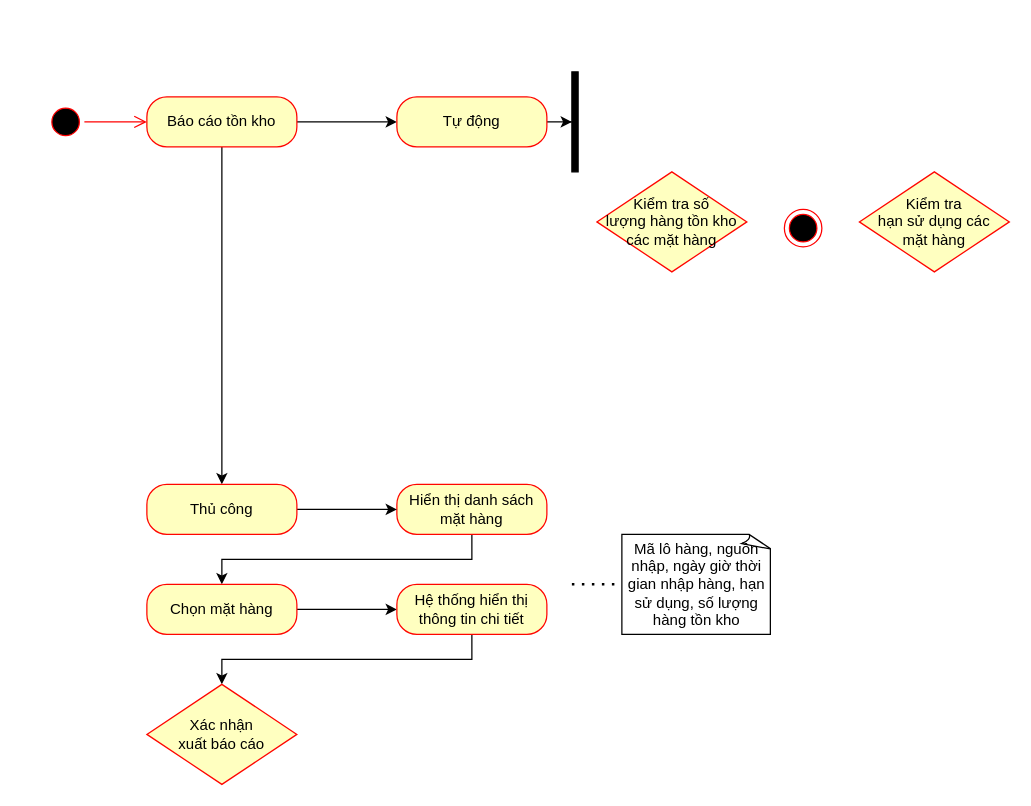
HaojackYT/DAA_SA keeps this draw.io diagram as Sơ đồ hoạt động UC báo cáo tồn kho.drawio. Above is the earlier version. Source tidied: cells renumbered, new cells numbered last; positions are measured from the earlier drawing's top-left corner, leaving out a move shared by most shapes. Both pictures are drawn from the tidied source at 125%, with x=0, y=0 at pixel (46, 71).
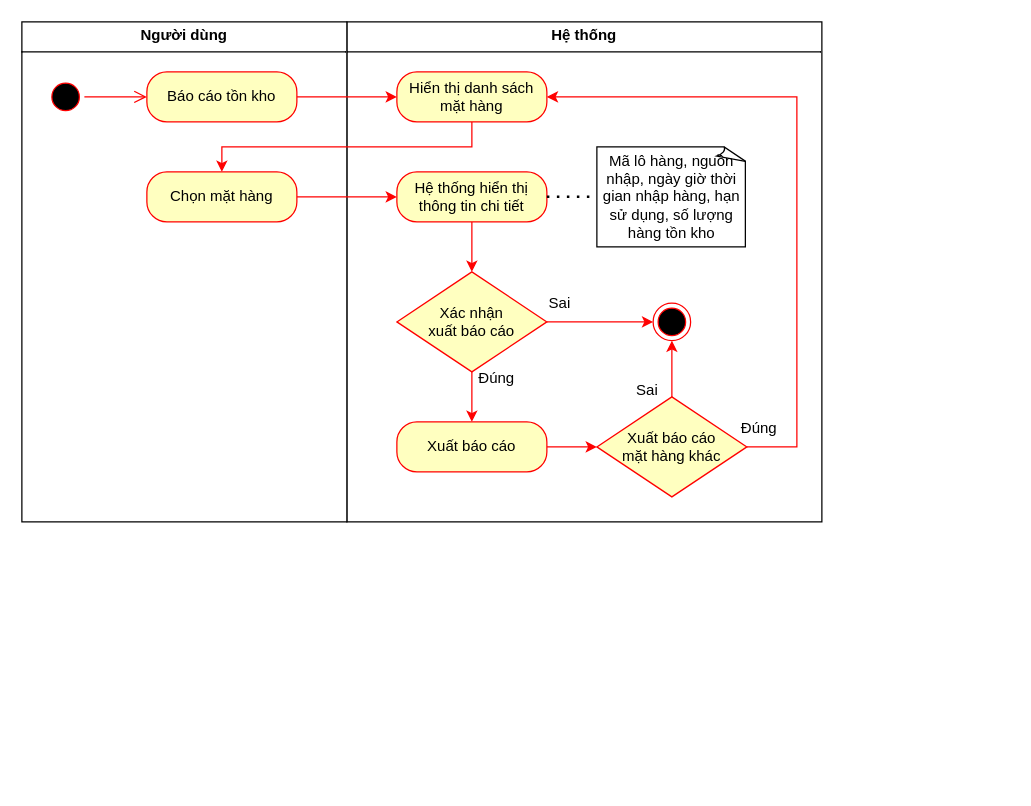
Above is the later version.

Change to the diagram source:
```diff
@@
+    <mxCell id="24" value="&lt;p style=&quot;margin:0px;margin-top:4px;text-align:center;&quot;&gt;&lt;b&gt;Hệ thống&lt;/b&gt;&lt;/p&gt;&lt;hr size=&quot;1&quot; style=&quot;border-style:solid;&quot;&gt;&lt;div style=&quot;height:2px;&quot;&gt;&lt;/div&gt;" style="verticalAlign=top;align=left;overflow=fill;html=1;whiteSpace=wrap;" parent="1" vertex="1">
+      <mxGeometry x="240" y="-40" width="380" height="400" as="geometry" />
+    </mxCell>
+    <mxCell id="25" value="&lt;p style=&quot;margin:0px;margin-top:4px;text-align:center;&quot;&gt;&lt;b&gt;Người dùng&lt;/b&gt;&lt;/p&gt;&lt;hr size=&quot;1&quot; style=&quot;border-style:solid;&quot;&gt;&lt;div style=&quot;height:2px;&quot;&gt;&lt;/div&gt;" style="verticalAlign=top;align=left;overflow=fill;html=1;whiteSpace=wrap;" parent="1" vertex="1">
+      <mxGeometry x="-20" y="-40" width="260" height="400" as="geometry" />
+    </mxCell>
-    <mxCell id="2" style="ellipse;html=1;shape=startState;fillColor=#000000;strokeColor=#ff0000;" parent="1" vertex="1">
-      <mxGeometry y="25" width="30" height="30" as="geometry" />
+    <mxCell id="2" style="ellipse;html=1;shape=startState;fillColor=#000000;strokeColor=#FF0000;" parent="1" vertex="1">
+      <mxGeometry y="5" width="30" height="30" as="geometry" />
     </mxCell>
-    <mxCell id="3" style="edgeStyle=orthogonalEdgeStyle;html=1;verticalAlign=bottom;endArrow=open;endSize=8;strokeColor=#ff0000;rounded=0;entryX=0;entryY=0.5;entryDx=0;entryDy=0;" parent="1" edge="1" source="2" target="6">
+    <mxCell id="3" style="edgeStyle=orthogonalEdgeStyle;html=1;verticalAlign=bottom;endArrow=open;endSize=8;strokeColor=#FF0000;rounded=0;entryX=0;entryY=0.5;entryDx=0;entryDy=0;" parent="1" edge="1" source="2" target="6">
       <mxGeometry relative="1" as="geometry" />
     </mxCell>
-    <mxCell id="4" style="edgeStyle=orthogonalEdgeStyle;rounded=0;jettySize=auto;html=1;" parent="1" edge="1" source="6" target="18">
-      <mxGeometry relative="1" as="geometry" />
-    </mxCell>
-    <mxCell id="5" style="edgeStyle=orthogonalEdgeStyle;rounded=0;jettySize=auto;html=1;" parent="1" edge="1" source="6" target="16">
-      <mxGeometry relative="1" as="geometry" />
-    </mxCell>
+    <mxCell id="26" style="edgeStyle=orthogonalEdgeStyle;rounded=0;jettySize=auto;html=1;strokeColor=#FF0000;" parent="1" edge="1" source="6" target="8">
+      <mxGeometry relative="1" as="geometry" />
+    </mxCell>
-    <mxCell id="6" value="Báo cáo tồn kho" style="rounded=1;whiteSpace=wrap;html=1;arcSize=40;fontColor=#000000;fillColor=#ffffc0;strokeColor=light-dark(#FF0500,#FFFFFF);" parent="1" vertex="1">
-      <mxGeometry x="80" y="20" width="120" height="40" as="geometry" />
+    <mxCell id="6" value="Báo cáo tồn kho" style="rounded=1;whiteSpace=wrap;html=1;arcSize=40;fontColor=#000000;fillColor=#ffffc0;strokeColor=#FF0000;" parent="1" vertex="1">
+      <mxGeometry x="80" width="120" height="40" as="geometry" />
     </mxCell>
-    <mxCell id="7" style="edgeStyle=orthogonalEdgeStyle;rounded=0;jettySize=auto;html=1;entryX=0.5;entryY=0;entryDx=0;entryDy=0;" parent="1" edge="1" source="8" target="10">
+    <mxCell id="7" style="edgeStyle=orthogonalEdgeStyle;rounded=0;jettySize=auto;html=1;entryX=0.5;entryY=0;entryDx=0;entryDy=0;strokeColor=#FF0000;" parent="1" edge="1" source="8" target="10">
       <mxGeometry relative="1" as="geometry">
         <Array as="points">
-          <mxPoint x="340" y="390" />
-          <mxPoint x="140" y="390" />
+          <mxPoint x="340" y="60" />
+          <mxPoint x="140" y="60" />
         </Array>
       </mxGeometry>
     </mxCell>
-    <mxCell id="8" value="Hiển thị danh sách mặt hàng" style="rounded=1;whiteSpace=wrap;html=1;arcSize=40;fontColor=#000000;fillColor=#ffffc0;strokeColor=light-dark(#FF0500,#FFFFFF);" parent="1" vertex="1">
-      <mxGeometry x="280" y="330" width="120" height="40" as="geometry" />
+    <mxCell id="8" value="Hiển thị danh sách mặt hàng" style="rounded=1;whiteSpace=wrap;html=1;arcSize=40;fontColor=#000000;fillColor=#ffffc0;strokeColor=#FF0000;" parent="1" vertex="1">
+      <mxGeometry x="280" width="120" height="40" as="geometry" />
     </mxCell>
-    <mxCell id="9" style="edgeStyle=orthogonalEdgeStyle;rounded=0;jettySize=auto;html=1;" parent="1" edge="1" source="10" target="12">
+    <mxCell id="9" style="edgeStyle=orthogonalEdgeStyle;rounded=0;jettySize=auto;html=1;strokeColor=#FF0000;" parent="1" edge="1" source="10" target="12">
       <mxGeometry relative="1" as="geometry" />
     </mxCell>
-    <mxCell id="10" value="Chọn mặt hàng" style="rounded=1;whiteSpace=wrap;html=1;arcSize=40;fontColor=#000000;fillColor=#ffffc0;strokeColor=light-dark(#FF0500,#FFFFFF);" parent="1" vertex="1">
-      <mxGeometry x="80" y="410" width="120" height="40" as="geometry" />
+    <mxCell id="10" value="Chọn mặt hàng" style="rounded=1;whiteSpace=wrap;html=1;arcSize=40;fontColor=#000000;fillColor=#ffffc0;strokeColor=#FF0000;" parent="1" vertex="1">
+      <mxGeometry x="80" y="80" width="120" height="40" as="geometry" />
     </mxCell>
-    <mxCell id="11" style="edgeStyle=orthogonalEdgeStyle;rounded=0;jettySize=auto;html=1;entryX=0.5;entryY=0;entryDx=0;entryDy=0;" parent="1" edge="1" source="12" target="19">
+    <mxCell id="11" style="edgeStyle=orthogonalEdgeStyle;rounded=0;jettySize=auto;html=1;entryX=0.5;entryY=0;entryDx=0;entryDy=0;strokeColor=#FF0000;" parent="1" edge="1" source="12" target="19">
       <mxGeometry relative="1" as="geometry">
         <Array as="points">
-          <mxPoint x="340" y="470" />
-          <mxPoint x="140" y="470" />
+          <mxPoint x="340" y="150" />
+          <mxPoint x="340" y="150" />
         </Array>
       </mxGeometry>
     </mxCell>
-    <mxCell id="12" value="Hệ thống hiển thị thông tin chi tiết" style="rounded=1;whiteSpace=wrap;html=1;arcSize=40;fontColor=#000000;fillColor=#ffffc0;strokeColor=light-dark(#FF0500,#FFFFFF);" parent="1" vertex="1">
-      <mxGeometry x="280" y="410" width="120" height="40" as="geometry" />
+    <mxCell id="12" value="Hệ thống hiển thị thông tin chi tiết" style="rounded=1;whiteSpace=wrap;html=1;arcSize=40;fontColor=#000000;fillColor=#ffffc0;strokeColor=#FF0000;" parent="1" vertex="1">
+      <mxGeometry x="280" y="80" width="120" height="40" as="geometry" />
     </mxCell>
     <mxCell id="13" value="Mã lô hàng, nguồn nhập, ngày giờ thời gian nhập hàng, hạn sử dụng, số lượng hàng tồn kho" style="whiteSpace=wrap;html=1;shape=mxgraph.basic.document;align=center;strokeColor=#000000;" parent="1" vertex="1">
-      <mxGeometry x="460" y="370" width="120" height="80" as="geometry" />
+      <mxGeometry x="440" y="60" width="120" height="80" as="geometry" />
     </mxCell>
-    <mxCell id="14" style="endArrow=none;dashed=1;html=1;dashPattern=1 3;strokeWidth=2;rounded=0;" parent="1" edge="1">
+    <mxCell id="14" style="endArrow=none;dashed=1;html=1;dashPattern=1 3;strokeWidth=2;rounded=0;strokeColor=#000000;" parent="1" edge="1">
       <mxGeometry relative="1" as="geometry">
-        <mxPoint x="420" y="409.8" as="sourcePoint" />
-        <mxPoint x="460" y="409.8" as="targetPoint" />
+        <mxPoint x="400" y="99.8" as="sourcePoint" />
+        <mxPoint x="440" y="99.8" as="targetPoint" />
         <Array as="points">
-          <mxPoint x="440" y="409.8" />
+          <mxPoint x="420" y="99.8" />
         </Array>
       </mxGeometry>
     </mxCell>
-    <mxCell id="15" style="edgeStyle=orthogonalEdgeStyle;rounded=0;jettySize=auto;html=1;" parent="1" edge="1" source="16" target="22">
-      <mxGeometry relative="1" as="geometry" />
-    </mxCell>
-    <mxCell id="16" value="Tự động" style="rounded=1;whiteSpace=wrap;html=1;arcSize=40;fontColor=#000000;fillColor=#ffffc0;strokeColor=light-dark(#FF0500,#FFFFFF);" parent="1" vertex="1">
-      <mxGeometry x="280" y="20" width="120" height="40" as="geometry" />
-    </mxCell>
-    <mxCell id="17" style="edgeStyle=orthogonalEdgeStyle;rounded=0;jettySize=auto;html=1;" parent="1" edge="1" source="18" target="8">
-      <mxGeometry relative="1" as="geometry" />
-    </mxCell>
-    <mxCell id="18" value="Thủ công" style="rounded=1;whiteSpace=wrap;html=1;arcSize=40;fontColor=#000000;fillColor=#ffffc0;strokeColor=light-dark(#FF0500,#FFFFFF);" parent="1" vertex="1">
-      <mxGeometry x="80" y="330" width="120" height="40" as="geometry" />
-    </mxCell>
+    <mxCell id="27" style="edgeStyle=orthogonalEdgeStyle;rounded=0;jettySize=auto;html=1;strokeColor=#FF0000;" parent="1" edge="1" source="19" target="30">
+      <mxGeometry relative="1" as="geometry" />
+    </mxCell>
+    <mxCell id="28" style="edgeStyle=orthogonalEdgeStyle;rounded=0;jettySize=auto;html=1;strokeColor=#FF0000;" parent="1" edge="1" source="19" target="34">
+      <mxGeometry relative="1" as="geometry" />
+    </mxCell>
-    <mxCell id="19" value="Xác nhận&lt;br&gt;xuất báo cáo" style="rhombus;whiteSpace=wrap;html=1;fontColor=#000000;fillColor=#ffffc0;strokeColor=light-dark(#FF0500,#FFFFFF);" parent="1" vertex="1">
-      <mxGeometry x="80" y="490" width="120" height="80" as="geometry" />
+    <mxCell id="19" value="Xác nhận&lt;br&gt;xuất báo cáo" style="rhombus;whiteSpace=wrap;html=1;fontColor=#000000;fillColor=#ffffc0;strokeColor=#FF0000;" parent="1" vertex="1">
+      <mxGeometry x="280" y="160" width="120" height="80" as="geometry" />
     </mxCell>
-    <mxCell id="20" value="Kiểm tra số&lt;div&gt;lượng hàng tồn kho&lt;br&gt;các mặt hàng&lt;/div&gt;" style="rhombus;whiteSpace=wrap;html=1;fontColor=#000000;fillColor=#ffffc0;strokeColor=light-dark(#FF0500,#FFFFFF);" parent="1" vertex="1">
-      <mxGeometry x="440" y="80" width="120" height="80" as="geometry" />
-    </mxCell>
-    <mxCell id="21" value="Kiểm tra&lt;div&gt;hạn sử dụng các&lt;br&gt;mặt hàng&lt;/div&gt;" style="rhombus;whiteSpace=wrap;html=1;fontColor=#000000;fillColor=#ffffc0;strokeColor=light-dark(#FF0500,#FFFFFF);" parent="1" vertex="1">
-      <mxGeometry x="650" y="80" width="120" height="80" as="geometry" />
-    </mxCell>
-    <mxCell id="22" style="html=1;points=[];perimeter=orthogonalPerimeter;fillColor=strokeColor;" parent="1" vertex="1">
-      <mxGeometry x="420" width="5" height="80" as="geometry" />
-    </mxCell>
-    <mxCell id="23" style="ellipse;html=1;shape=endState;fillColor=#000000;strokeColor=#ff0000;" parent="1" vertex="1">
-      <mxGeometry x="590" y="110" width="30" height="30" as="geometry" />
-    </mxCell>
+    <mxCell id="29" style="edgeStyle=orthogonalEdgeStyle;rounded=0;jettySize=auto;html=1;strokeColor=#FF0000;" parent="1" edge="1" source="30" target="33">
+      <mxGeometry relative="1" as="geometry" />
+    </mxCell>
+    <mxCell id="30" value="Xuất báo cáo" style="rounded=1;whiteSpace=wrap;html=1;arcSize=40;fontColor=#000000;fillColor=#ffffc0;strokeColor=#FF0000;" parent="1" vertex="1">
+      <mxGeometry x="280" y="280" width="120" height="40" as="geometry" />
+    </mxCell>
+    <mxCell id="31" style="edgeStyle=orthogonalEdgeStyle;rounded=0;jettySize=auto;html=1;entryX=1;entryY=0.5;entryDx=0;entryDy=0;strokeColor=#FF0000;" parent="1" edge="1" source="33" target="8">
+      <mxGeometry relative="1" as="geometry">
+        <Array as="points">
+          <mxPoint x="600" y="300" />
+          <mxPoint x="600" y="20" />
+        </Array>
+      </mxGeometry>
+    </mxCell>
+    <mxCell id="32" style="edgeStyle=orthogonalEdgeStyle;rounded=0;jettySize=auto;html=1;strokeColor=#FF0000;" parent="1" edge="1" source="33" target="34">
+      <mxGeometry relative="1" as="geometry" />
+    </mxCell>
+    <mxCell id="33" value="Xuất báo cáo&lt;br&gt;mặt hàng khác" style="rhombus;whiteSpace=wrap;html=1;fontColor=#000000;fillColor=#ffffc0;strokeColor=#FF0000;" parent="1" vertex="1">
+      <mxGeometry x="440" y="260" width="120" height="80" as="geometry" />
+    </mxCell>
+    <mxCell id="34" style="ellipse;html=1;shape=endState;fillColor=#000000;strokeColor=#FF0000;" parent="1" vertex="1">
+      <mxGeometry x="485" y="185" width="30" height="30" as="geometry" />
+    </mxCell>
+    <mxCell id="35" value="Đúng" style="text;html=1;align=center;verticalAlign=middle;whiteSpace=wrap;rounded=0;fontFamily=Helvetica;fontSize=12;fontColor=#000000;" parent="1" vertex="1">
+      <mxGeometry x="330" y="230" width="60" height="30" as="geometry" />
+    </mxCell>
+    <mxCell id="36" value="Đúng" style="text;html=1;align=center;verticalAlign=middle;whiteSpace=wrap;rounded=0;fontFamily=Helvetica;fontSize=12;fontColor=#000000;" parent="1" vertex="1">
+      <mxGeometry x="540" y="270" width="60" height="30" as="geometry" />
+    </mxCell>
+    <mxCell id="37" value="Sai" style="text;html=1;align=center;verticalAlign=middle;strokeColor=none;fillColor=none;" parent="1" vertex="1">
+      <mxGeometry x="390" y="170" width="40" height="30" as="geometry" />
+    </mxCell>
+    <mxCell id="38" value="Sai" style="text;html=1;align=center;verticalAlign=middle;strokeColor=none;fillColor=none;" parent="1" vertex="1">
+      <mxGeometry x="460" y="240" width="40" height="30" as="geometry" />
+    </mxCell>
```
